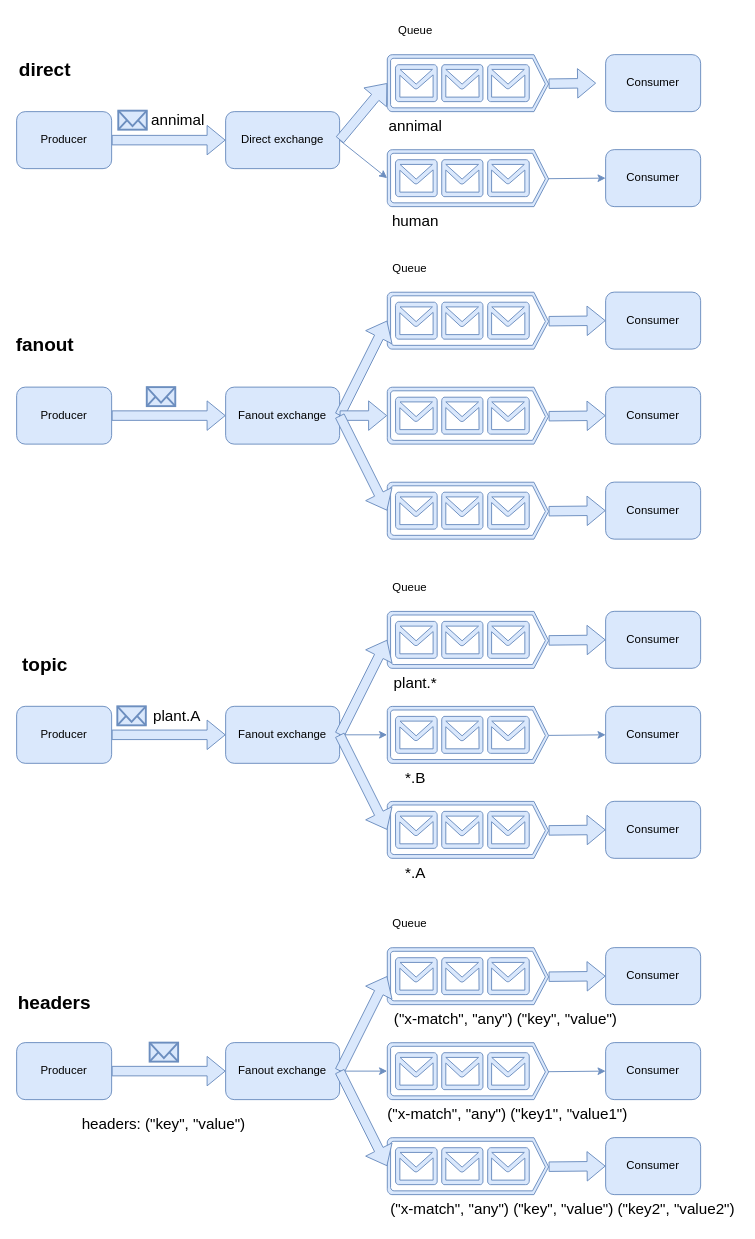
Above: docs/draw.io/4 exchange types.drawio in a2htray/gorabbitmq (draw.io), before the change. Source tidied: cells renumbered, new cells numbered last; positions are measured from the earlier drawing's top-left corner, leaving out a move shared by most shapes. Both pictures are drawn from the tidied source at 95%, with x=0, y=0 at pixel (16, 16).
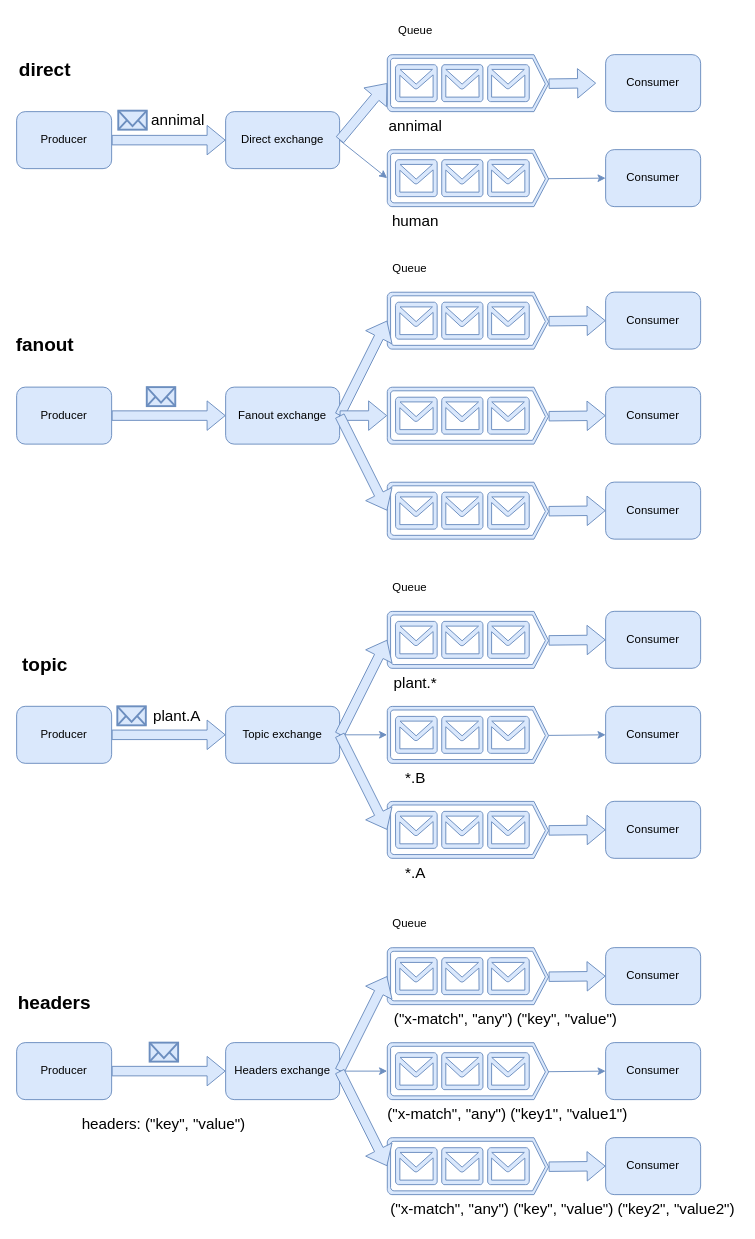
The same page after the edit.

Commit message (it also covers changes not shown here):
try to implement topic exchange

The edit, as a diff of the source:
```diff
@@
-    <mxCell id="40" value="Fanout exchange" style="rounded=1;whiteSpace=wrap;html=1;fillColor=#dae8fc;strokeColor=#6c8ebf;" parent="1" vertex="1">
+    <mxCell id="40" value="Topic exchange" style="rounded=1;whiteSpace=wrap;html=1;fillColor=#dae8fc;strokeColor=#6c8ebf;" parent="1" vertex="1">
       <mxGeometry x="220" y="726" width="120" height="60" as="geometry" />
     </mxCell>
@@
-    <mxCell id="62" value="Fanout exchange" style="rounded=1;whiteSpace=wrap;html=1;fillColor=#dae8fc;strokeColor=#6c8ebf;" parent="1" vertex="1">
+    <mxCell id="62" value="Headers exchange" style="rounded=1;whiteSpace=wrap;html=1;fillColor=#dae8fc;strokeColor=#6c8ebf;" parent="1" vertex="1">
       <mxGeometry x="220" y="1080" width="120" height="60" as="geometry" />
     </mxCell>
```
